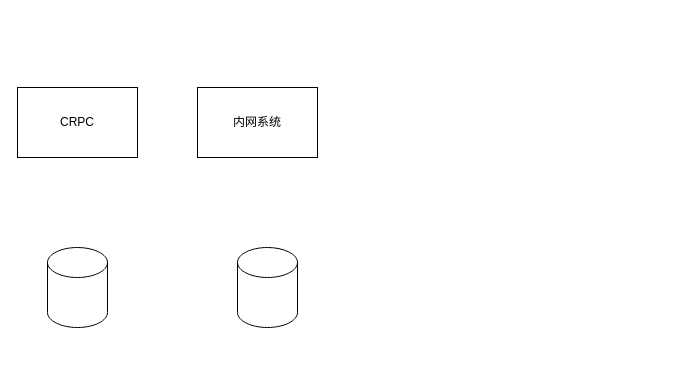
Above: wx_task_pic_download.drawio in jylsoccer/guava-demo (draw.io), before the change. Source tidied: cells renumbered, new cells numbered last; positions are measured from the earlier drawing's top-left corner, leaving out a move shared by most shapes. Both pictures are drawn from the tidied source at 100%, with x=0, y=0 at pixel (17, 87).
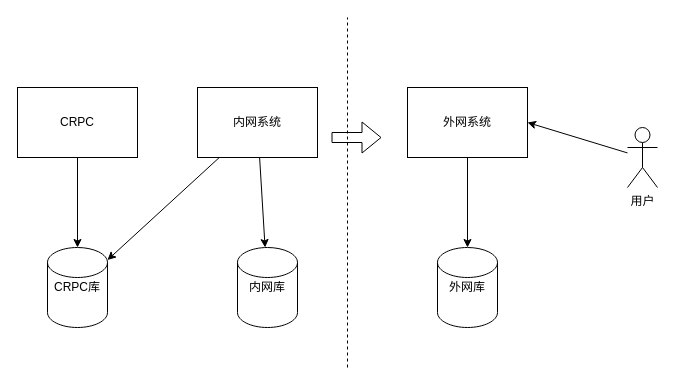
Above is the later version.

What changed in the source:
```diff
@@
 <mxGraphModel>
   <root>
     <mxCell id="0" />
     <mxCell id="1" parent="0" />
+    <mxCell id="6" style="edgeStyle=none;rounded=0;jettySize=auto;html=1;" parent="1" edge="1" source="2" target="3">
+      <mxGeometry relative="1" as="geometry" />
+    </mxCell>
     <mxCell id="2" value="CRPC" style="rounded=0;whiteSpace=wrap;html=1;" parent="1" vertex="1">
       <mxGeometry width="120" height="70" as="geometry" />
     </mxCell>
-    <mxCell id="3" style="shape=cylinder2;whiteSpace=wrap;html=1;boundedLbl=1;backgroundOutline=1;size=15;" parent="1" vertex="1">
+    <mxCell id="3" value="CRPC库" style="shape=cylinder2;whiteSpace=wrap;html=1;boundedLbl=1;backgroundOutline=1;size=15;" parent="1" vertex="1">
       <mxGeometry x="30" y="160" width="60" height="80" as="geometry" />
     </mxCell>
+    <mxCell id="7" style="rounded=0;jettySize=auto;html=1;" parent="1" edge="1" source="4" target="3">
+      <mxGeometry relative="1" as="geometry" />
+    </mxCell>
+    <mxCell id="8" style="edgeStyle=none;rounded=0;jettySize=auto;html=1;" parent="1" edge="1" source="4" target="5">
+      <mxGeometry relative="1" as="geometry" />
+    </mxCell>
     <mxCell id="4" value="内网系统" style="rounded=0;whiteSpace=wrap;html=1;" parent="1" vertex="1">
       <mxGeometry x="180" width="120" height="70" as="geometry" />
     </mxCell>
-    <mxCell id="5" style="shape=cylinder2;whiteSpace=wrap;html=1;boundedLbl=1;backgroundOutline=1;size=15;" parent="1" vertex="1">
+    <mxCell id="5" value="内网库" style="shape=cylinder2;whiteSpace=wrap;html=1;boundedLbl=1;backgroundOutline=1;size=15;" parent="1" vertex="1">
       <mxGeometry x="220" y="160" width="60" height="80" as="geometry" />
     </mxCell>
+    <mxCell id="9" style="endArrow=none;dashed=1;html=1;" parent="1" edge="1">
+      <mxGeometry relative="1" as="geometry">
+        <mxPoint x="330" y="280" as="sourcePoint" />
+        <mxPoint x="330" y="-70" as="targetPoint" />
+      </mxGeometry>
+    </mxCell>
+    <mxCell id="10" style="edgeStyle=none;rounded=0;jettySize=auto;html=1;" parent="1" edge="1" source="11" target="12">
+      <mxGeometry relative="1" as="geometry" />
+    </mxCell>
+    <mxCell id="11" value="外网系统" style="rounded=0;whiteSpace=wrap;html=1;" parent="1" vertex="1">
+      <mxGeometry x="390" width="120" height="70" as="geometry" />
+    </mxCell>
+    <mxCell id="12" value="外网库" style="shape=cylinder2;whiteSpace=wrap;html=1;boundedLbl=1;backgroundOutline=1;size=15;" parent="1" vertex="1">
+      <mxGeometry x="420" y="160" width="60" height="80" as="geometry" />
+    </mxCell>
+    <mxCell id="13" style="shape=flexArrow;endArrow=classic;html=1;" parent="1" edge="1">
+      <mxGeometry relative="1" as="geometry">
+        <mxPoint x="314" y="50" as="sourcePoint" />
+        <mxPoint x="364" y="50" as="targetPoint" />
+      </mxGeometry>
+    </mxCell>
+    <mxCell id="14" style="edgeStyle=none;rounded=0;jettySize=auto;html=1;entryX=1;entryY=0.5;entryDx=0;entryDy=0;" parent="1" edge="1" source="15" target="11">
+      <mxGeometry relative="1" as="geometry" />
+    </mxCell>
+    <mxCell id="15" value="用户" style="shape=umlActor;verticalLabelPosition=bottom;verticalAlign=top;html=1;outlineConnect=0;" parent="1" vertex="1">
+      <mxGeometry x="610" y="40" width="30" height="60" as="geometry" />
+    </mxCell>
   </root>
 </mxGraphModel>
```
